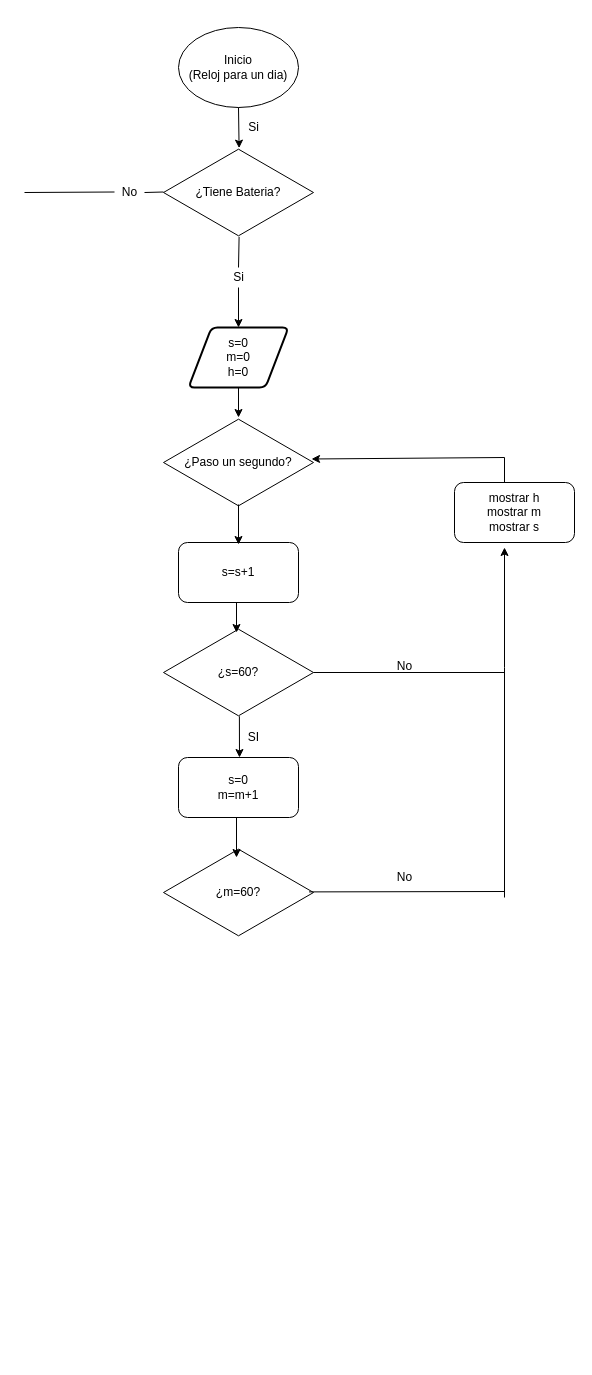
Above: Untitled Diagram.drawio in Tinchobas/Tinchobas (draw.io), before the change. Source tidied: cells renumbered, new cells numbered last; positions are measured from the earlier drawing's top-left corner, leaving out a move shared by most shapes. Both pictures are drawn from the tidied source at 100%, with x=0, y=0 at pixel (24, 27).
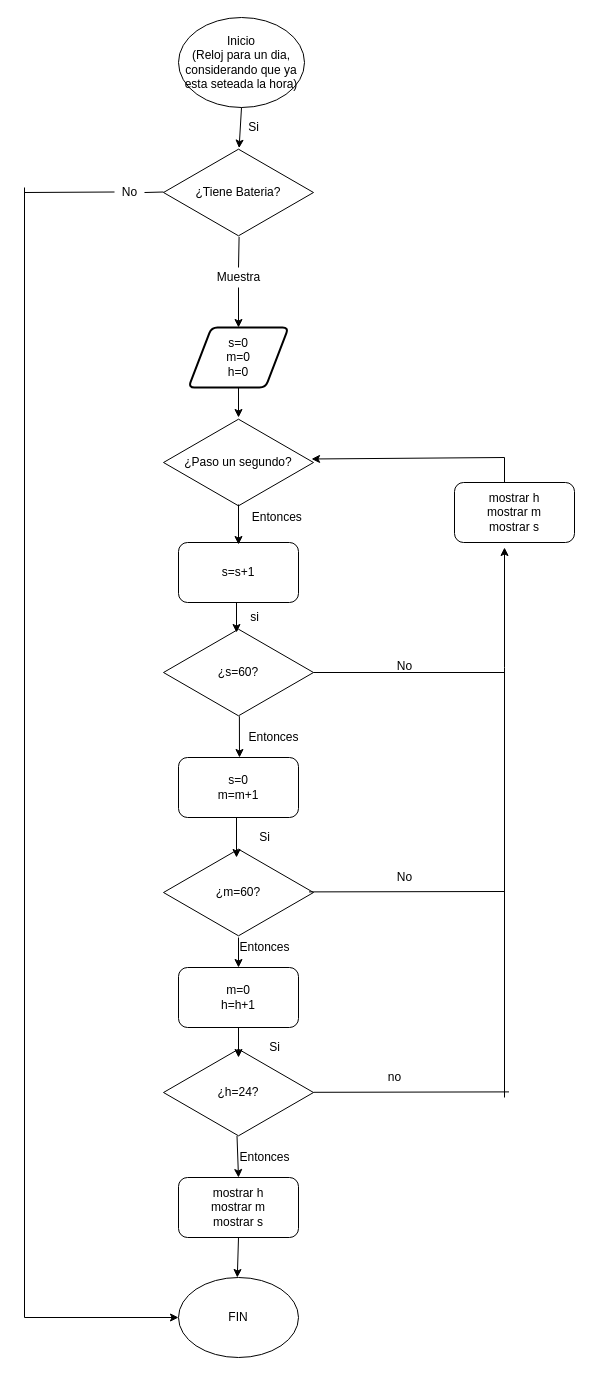
After the change.

The edit, as a diff of the source:
```diff
@@
-    <mxCell id="2" value="Inicio&lt;br&gt;(Reloj para un dia)" style="ellipse;whiteSpace=wrap;html=1;" parent="1" vertex="1">
-      <mxGeometry x="154" width="120" height="80" as="geometry" />
+    <mxCell id="2" value="Inicio&lt;br&gt;(Reloj para un dia, considerando que ya esta seteada la hora)" style="ellipse;whiteSpace=wrap;html=1;" parent="1" vertex="1">
+      <mxGeometry x="154" y="-10" width="126" height="90" as="geometry" />
     </mxCell>
@@
-    <mxCell id="10" value="Si&lt;br&gt;" style="text;html=1;align=center;verticalAlign=middle;strokeColor=none;" parent="1" vertex="1">
-      <mxGeometry x="199" y="240" width="30" height="20" as="geometry" />
+    <mxCell id="10" value="Muestra" style="text;html=1;align=center;verticalAlign=middle;strokeColor=none;" parent="1" vertex="1">
+      <mxGeometry x="184" y="240" width="60" height="20" as="geometry" />
     </mxCell>
@@
-    <mxCell id="26" value="SI" style="text;html=1;align=center;verticalAlign=middle;strokeColor=none;" parent="1" vertex="1">
-      <mxGeometry x="214" y="700" width="30" height="20" as="geometry" />
+    <mxCell id="26" value="Entonces" style="text;html=1;align=center;verticalAlign=middle;strokeColor=none;" parent="1" vertex="1">
+      <mxGeometry x="214" y="700" width="70" height="20" as="geometry" />
     </mxCell>
@@
+    <mxCell id="33" value="m=0&lt;br&gt;h=h+1" style="rounded=1;whiteSpace=wrap;html=1;" parent="1" vertex="1">
+      <mxGeometry x="154" y="940" width="120" height="60" as="geometry" />
+    </mxCell>
+    <mxCell id="34" value="¿h=24?" style="html=1;whiteSpace=wrap;shape=isoRectangle;" parent="1" vertex="1">
+      <mxGeometry x="139" y="1020" width="150" height="90" as="geometry" />
+    </mxCell>
+    <mxCell id="35" value="mostrar h&lt;br&gt;mostrar m&lt;br&gt;mostrar s" style="rounded=1;whiteSpace=wrap;html=1;" parent="1" vertex="1">
+      <mxGeometry x="154" y="1150" width="120" height="60" as="geometry" />
+    </mxCell>
+    <mxCell id="36" value="FIN" style="ellipse;whiteSpace=wrap;html=1;" parent="1" vertex="1">
+      <mxGeometry x="154" y="1250" width="120" height="80" as="geometry" />
+    </mxCell>
+    <mxCell id="37" style="endArrow=classic;html=1;" parent="1" edge="1">
+      <mxGeometry relative="1" as="geometry">
+        <mxPoint x="214" y="910" as="sourcePoint" />
+        <mxPoint x="214" y="940" as="targetPoint" />
+      </mxGeometry>
+    </mxCell>
+    <mxCell id="38" style="endArrow=classic;html=1;" parent="1" edge="1">
+      <mxGeometry relative="1" as="geometry">
+        <mxPoint x="214" y="1000" as="sourcePoint" />
+        <mxPoint x="214" y="1030" as="targetPoint" />
+      </mxGeometry>
+    </mxCell>
+    <mxCell id="39" style="endArrow=classic;html=1;exitX=0.49;exitY=0.982;exitDx=0;exitDy=0;exitPerimeter=0;" parent="1" edge="1" source="34">
+      <mxGeometry relative="1" as="geometry">
+        <mxPoint x="214" y="1150" as="targetPoint" />
+      </mxGeometry>
+    </mxCell>
+    <mxCell id="40" style="endArrow=classic;html=1;exitX=0.5;exitY=1;exitDx=0;exitDy=0;" parent="1" edge="1" source="35">
+      <mxGeometry relative="1" as="geometry">
+        <mxPoint x="212.8" y="1250" as="targetPoint" />
+      </mxGeometry>
+    </mxCell>
+    <mxCell id="41" style="endArrow=none;html=1;" parent="1" edge="1">
+      <mxGeometry relative="1" as="geometry">
+        <mxPoint x="289" y="1064.8" as="sourcePoint" />
+        <mxPoint x="484.5" y="1064.4" as="targetPoint" />
+      </mxGeometry>
+    </mxCell>
+    <mxCell id="42" style="endArrow=none;html=1;" parent="1" edge="1">
+      <mxGeometry relative="1" as="geometry">
+        <mxPoint x="480" y="1070" as="sourcePoint" />
+        <mxPoint x="480" y="840" as="targetPoint" />
+      </mxGeometry>
+    </mxCell>
+    <mxCell id="43" style="endArrow=none;html=1;" parent="1" edge="1">
+      <mxGeometry relative="1" as="geometry">
+        <mxPoint y="1290" as="sourcePoint" />
+        <mxPoint y="160" as="targetPoint" />
+      </mxGeometry>
+    </mxCell>
+    <mxCell id="44" style="endArrow=classic;html=1;entryX=0;entryY=0.5;entryDx=0;entryDy=0;" parent="1" edge="1" target="36">
+      <mxGeometry relative="1" as="geometry">
+        <mxPoint y="1290" as="sourcePoint" />
+      </mxGeometry>
+    </mxCell>
+    <mxCell id="45" value="Entonces&amp;nbsp;&lt;br&gt;" style="text;html=1;align=center;verticalAlign=middle;strokeColor=none;" parent="1" vertex="1">
+      <mxGeometry x="219" y="480" width="70" height="20" as="geometry" />
+    </mxCell>
+    <mxCell id="46" value="si" style="text;html=1;align=center;verticalAlign=middle;strokeColor=none;" parent="1" vertex="1">
+      <mxGeometry x="220" y="580" width="20" height="20" as="geometry" />
+    </mxCell>
+    <mxCell id="47" value="no" style="text;html=1;align=center;verticalAlign=middle;strokeColor=none;" parent="1" vertex="1">
+      <mxGeometry x="355" y="1040" width="30" height="20" as="geometry" />
+    </mxCell>
+    <mxCell id="48" value="Entonces" style="text;html=1;align=center;verticalAlign=middle;strokeColor=none;" parent="1" vertex="1">
+      <mxGeometry x="205" y="1120" width="70" height="20" as="geometry" />
+    </mxCell>
+    <mxCell id="49" value="Si" style="text;html=1;align=center;verticalAlign=middle;strokeColor=none;" parent="1" vertex="1">
+      <mxGeometry x="225" y="800" width="30" height="20" as="geometry" />
+    </mxCell>
+    <mxCell id="50" value="Entonces" style="text;html=1;align=center;verticalAlign=middle;strokeColor=none;" parent="1" vertex="1">
+      <mxGeometry x="205" y="910" width="70" height="20" as="geometry" />
+    </mxCell>
+    <mxCell id="51" value="Si" style="text;html=1;align=center;verticalAlign=middle;strokeColor=none;" parent="1" vertex="1">
+      <mxGeometry x="235" y="1010" width="30" height="20" as="geometry" />
+    </mxCell>
```
